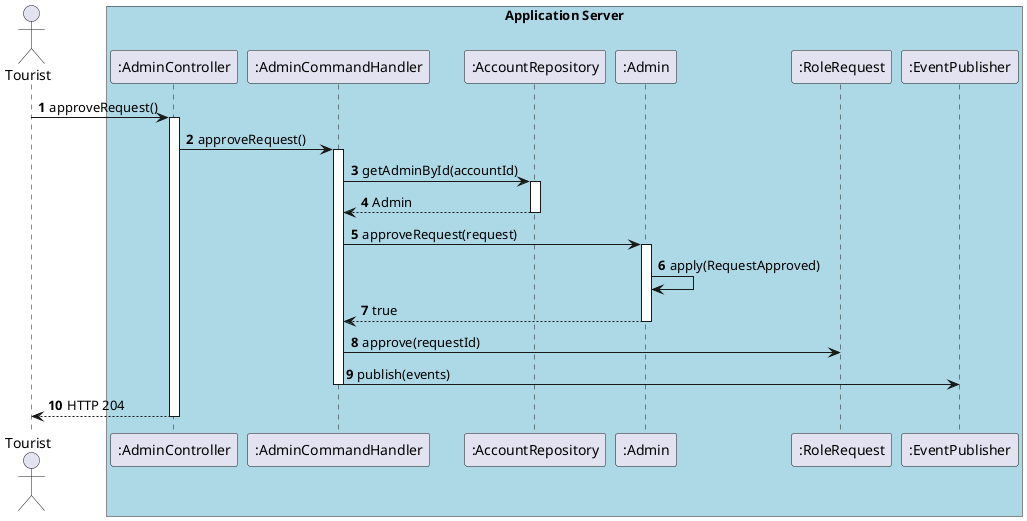
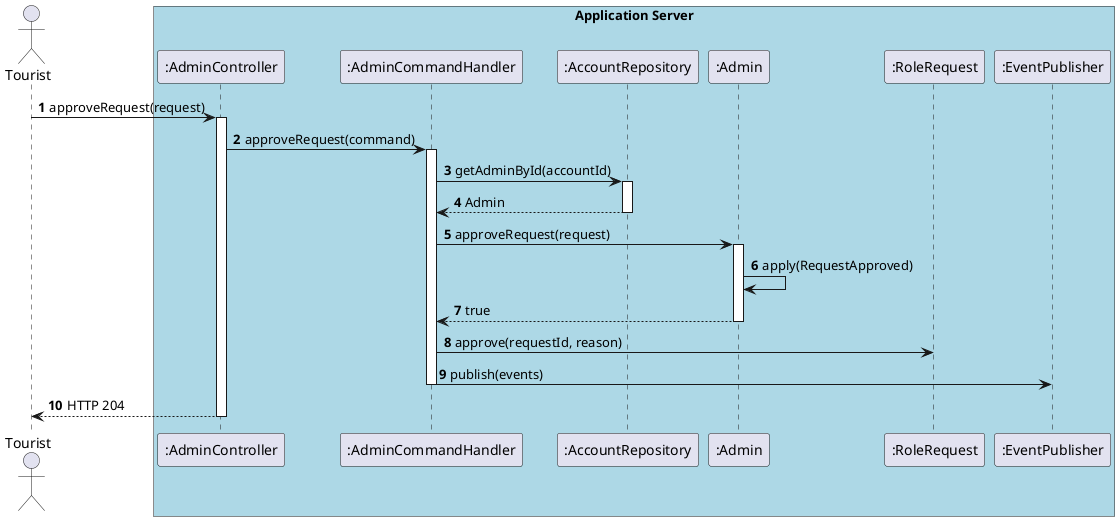
@startuml

autonumber

actor "Tourist" as tourist
box "Application Server" #LightBlue
    participant ":AdminController" as controller
    participant ":AdminCommandHandler" as handler
    participant ":AccountRepository" as accRepo
    participant ":Admin" as act
    participant ":RoleRequest" as activeRecord
    participant ":EventPublisher" as eventPub
end box

- tourist -> controller : approveRequest()
+ tourist -> controller : approveRequest(request)
activate controller

- controller -> handler : approveRequest()
+ controller -> handler : approveRequest(command)
activate handler

handler -> accRepo : getAdminById(accountId)
activate accRepo
handler <-- accRepo : Admin
deactivate accRepo

handler -> act : approveRequest(request)
activate act
act -> act : apply(RequestApproved)
handler <-- act : true
deactivate act

- handler -> activeRecord : approve(requestId)
+ handler -> activeRecord : approve(requestId, reason)
handler -> eventPub : publish(events)

deactivate handler

controller --> tourist : HTTP 204
deactivate controller

@enduml